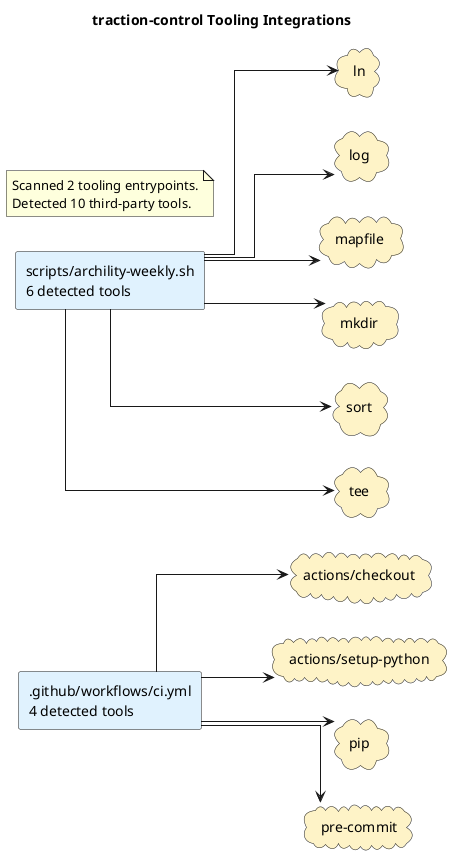
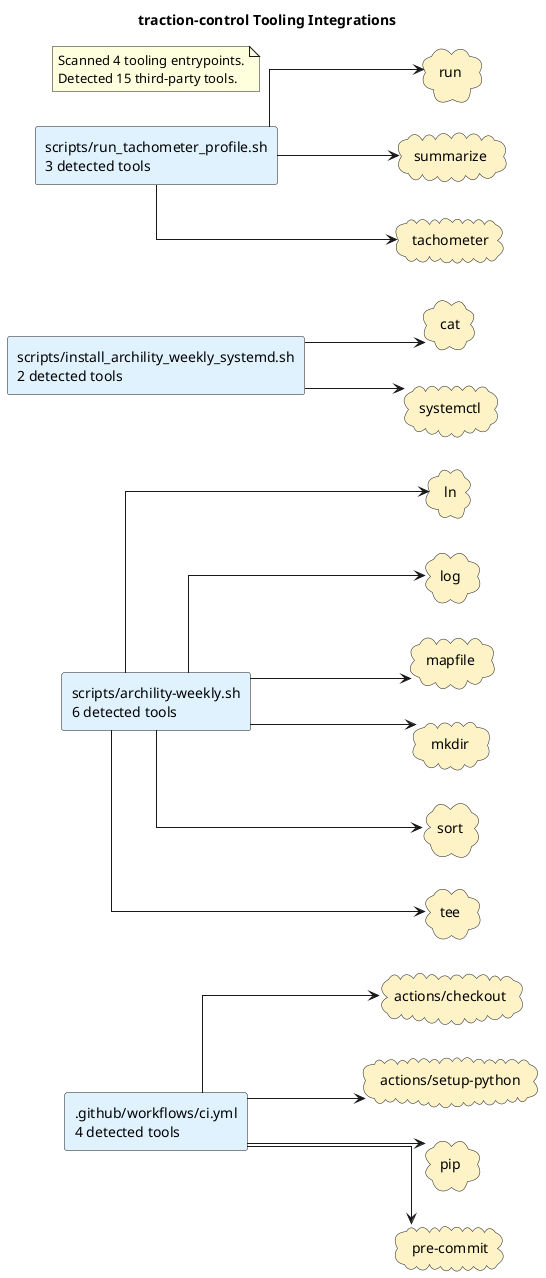
@startuml
title traction-control Tooling Integrations
left to right direction
skinparam shadowing false
skinparam defaultFontName Monospace
skinparam componentStyle rectangle
skinparam linetype ortho
rectangle ".github/workflows/ci.yml\n4 detected tools" as source_github_workflows_ci_yml #E0F2FE
rectangle "scripts/archility-weekly.sh\n6 detected tools" as source_scripts_archility_weekly_sh #E0F2FE
+ rectangle "scripts/install_archility_weekly_systemd.sh\n2 detected tools" as source_scripts_install_archility_weekly_systemd_sh #E0F2FE
+ rectangle "scripts/run_tachometer_profile.sh\n3 detected tools" as source_scripts_run_tachometer_profile_sh #E0F2FE
cloud "actions/checkout" as tool_actions_checkout #FEF3C7
cloud "actions/setup-python" as tool_actions_setup_python #FEF3C7
+ cloud "cat" as tool_cat #FEF3C7
cloud "ln" as tool_ln #FEF3C7
cloud "log" as tool_log #FEF3C7
cloud "mapfile" as tool_mapfile #FEF3C7
cloud "mkdir" as tool_mkdir #FEF3C7
cloud "pip" as tool_pip #FEF3C7
cloud "pre-commit" as tool_pre_commit #FEF3C7
+ cloud "run" as tool_run #FEF3C7
cloud "sort" as tool_sort #FEF3C7
+ cloud "summarize" as tool_summarize #FEF3C7
+ cloud "systemctl" as tool_systemctl #FEF3C7
+ cloud "tachometer" as tool_tachometer #FEF3C7
cloud "tee" as tool_tee #FEF3C7
source_github_workflows_ci_yml --> tool_actions_checkout
source_github_workflows_ci_yml --> tool_actions_setup_python
source_github_workflows_ci_yml --> tool_pip
source_github_workflows_ci_yml --> tool_pre_commit
source_scripts_archility_weekly_sh --> tool_ln
source_scripts_archility_weekly_sh --> tool_log
source_scripts_archility_weekly_sh --> tool_mapfile
source_scripts_archility_weekly_sh --> tool_mkdir
source_scripts_archility_weekly_sh --> tool_sort
source_scripts_archility_weekly_sh --> tool_tee
+ source_scripts_install_archility_weekly_systemd_sh --> tool_cat
+ source_scripts_install_archility_weekly_systemd_sh --> tool_systemctl
+ source_scripts_run_tachometer_profile_sh --> tool_run
+ source_scripts_run_tachometer_profile_sh --> tool_summarize
+ source_scripts_run_tachometer_profile_sh --> tool_tachometer
note as toolingGraphSummary
- Scanned 2 tooling entrypoints.
- Detected 10 third-party tools.
+ Scanned 4 tooling entrypoints.
+ Detected 15 third-party tools.
end note
@enduml
